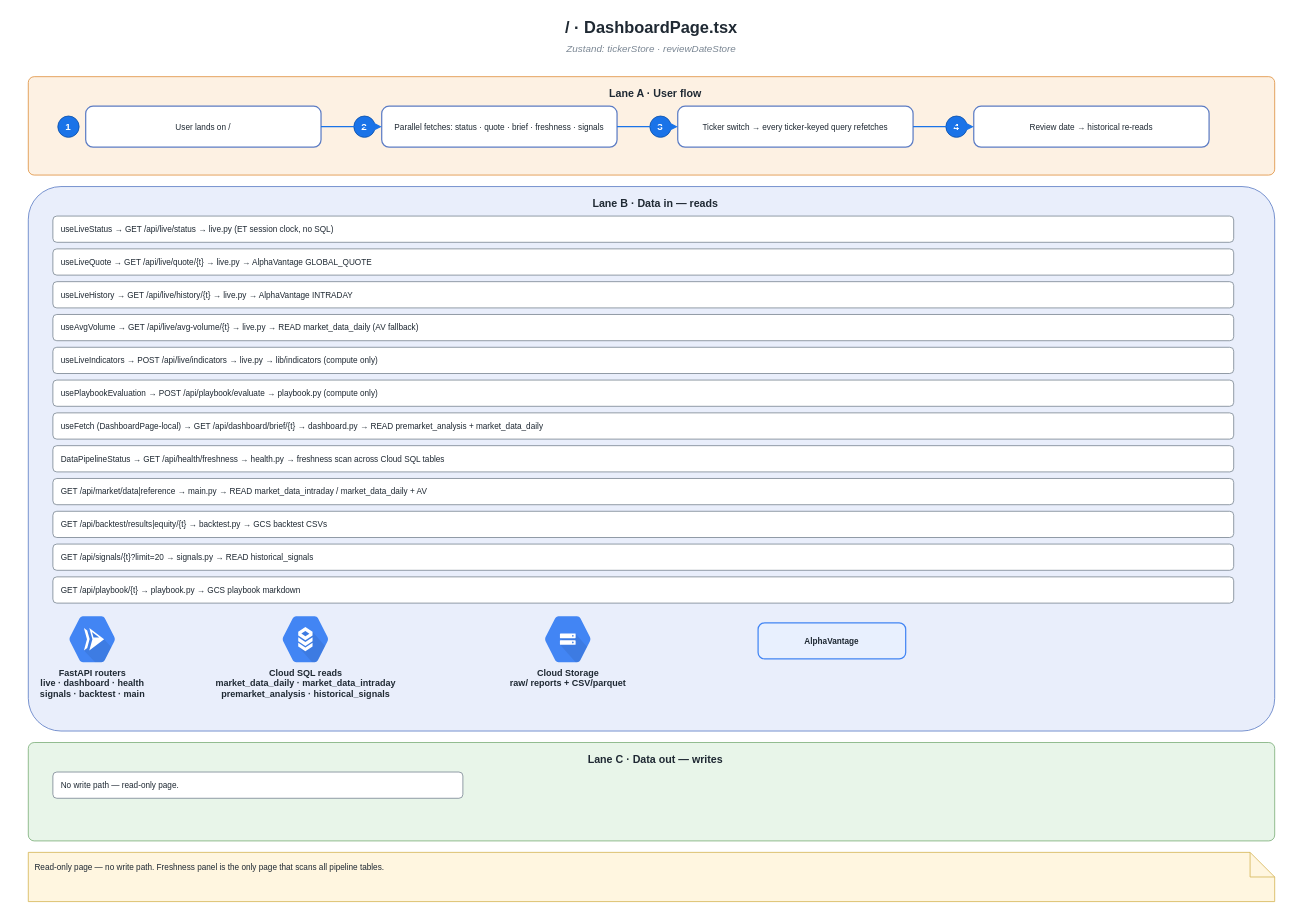
Before: page "3 · Dashboard" (4 of 15) of Frontend-icons.drawio in TeneikaAskew/solyra, a draw.io diagram. Source tidied: cells renumbered, new cells numbered last; positions are measured from the earlier drawing's top-left corner, leaving out a move shared by most shapes. Both pictures are drawn from the tidied source at 82%, with x=0, y=0 at pixel (28, 14).
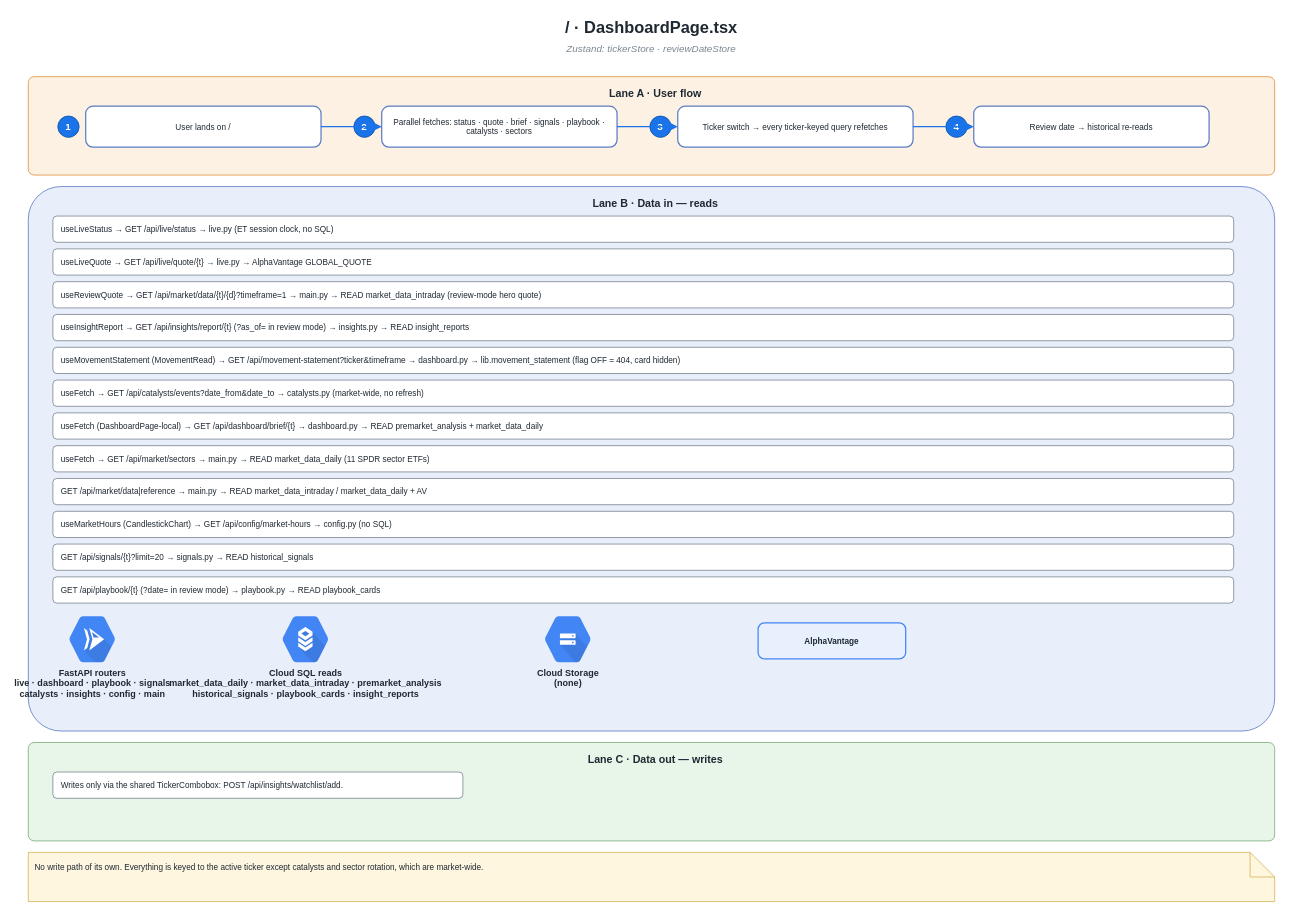
The same diagram, later.

Commit message (it also covers changes not shown here):
docs: correct route-level endpoints, write-path and count claims

What changed in the source:
```diff
@@
-    <mxCell id="8" value="Parallel fetches: status · quote · brief · freshness · signals" style="rounded=1;arcSize=18;whiteSpace=wrap;html=1;fillColor=#ffffff;strokeColor=#5c7cc4;strokeWidth=1.5;fontSize=10;fontColor=#1f2933;align=center;verticalAlign=middle;" parent="1" vertex="1">
+    <mxCell id="8" value="Parallel fetches: status · quote · brief · signals · playbook · catalysts · sectors" style="rounded=1;arcSize=18;whiteSpace=wrap;html=1;fillColor=#ffffff;strokeColor=#5c7cc4;strokeWidth=1.5;fontSize=10;fontColor=#1f2933;align=center;verticalAlign=middle;" parent="1" vertex="1">
       <mxGeometry x="431" y="112" width="287" height="50" as="geometry" />
     </mxCell>
@@
-    <mxCell id="19" value="useLiveHistory → GET /api/live/history/{t} → live.py → AlphaVantage INTRADAY" style="rounded=1;whiteSpace=wrap;html=1;fillColor=#ffffff;strokeColor=#7b8794;fontSize=10;align=left;verticalAlign=middle;spacingLeft=8;fontColor=#1f2933;" parent="1" vertex="1">
+    <mxCell id="19" value="useReviewQuote → GET /api/market/data/{t}/{d}?timeframe=1 → main.py → READ market_data_intraday (review-mode hero quote)" style="rounded=1;whiteSpace=wrap;html=1;fillColor=#ffffff;strokeColor=#7b8794;fontSize=10;align=left;verticalAlign=middle;spacingLeft=8;fontColor=#1f2933;" parent="1" vertex="1">
       <mxGeometry x="30" y="326" width="1440" height="32" as="geometry" />
     </mxCell>
-    <mxCell id="20" value="useAvgVolume → GET /api/live/avg-volume/{t} → live.py → READ market_data_daily (AV fallback)" style="rounded=1;whiteSpace=wrap;html=1;fillColor=#ffffff;strokeColor=#7b8794;fontSize=10;align=left;verticalAlign=middle;spacingLeft=8;fontColor=#1f2933;" parent="1" vertex="1">
+    <mxCell id="20" value="useInsightReport → GET /api/insights/report/{t} (?as_of= in review mode) → insights.py → READ insight_reports" style="rounded=1;whiteSpace=wrap;html=1;fillColor=#ffffff;strokeColor=#7b8794;fontSize=10;align=left;verticalAlign=middle;spacingLeft=8;fontColor=#1f2933;" parent="1" vertex="1">
       <mxGeometry x="30" y="366" width="1440" height="32" as="geometry" />
     </mxCell>
-    <mxCell id="21" value="useLiveIndicators → POST /api/live/indicators → live.py → lib/indicators (compute only)" style="rounded=1;whiteSpace=wrap;html=1;fillColor=#ffffff;strokeColor=#7b8794;fontSize=10;align=left;verticalAlign=middle;spacingLeft=8;fontColor=#1f2933;" parent="1" vertex="1">
+    <mxCell id="21" value="useMovementStatement (MovementRead) → GET /api/movement-statement?ticker&amp;timeframe → dashboard.py → lib.movement_statement (flag OFF = 404, card hidden)" style="rounded=1;whiteSpace=wrap;html=1;fillColor=#ffffff;strokeColor=#7b8794;fontSize=10;align=left;verticalAlign=middle;spacingLeft=8;fontColor=#1f2933;" parent="1" vertex="1">
       <mxGeometry x="30" y="406" width="1440" height="32" as="geometry" />
     </mxCell>
-    <mxCell id="22" value="usePlaybookEvaluation → POST /api/playbook/evaluate → playbook.py (compute only)" style="rounded=1;whiteSpace=wrap;html=1;fillColor=#ffffff;strokeColor=#7b8794;fontSize=10;align=left;verticalAlign=middle;spacingLeft=8;fontColor=#1f2933;" parent="1" vertex="1">
+    <mxCell id="22" value="useFetch → GET /api/catalysts/events?date_from&amp;date_to → catalysts.py (market-wide, no refresh)" style="rounded=1;whiteSpace=wrap;html=1;fillColor=#ffffff;strokeColor=#7b8794;fontSize=10;align=left;verticalAlign=middle;spacingLeft=8;fontColor=#1f2933;" parent="1" vertex="1">
       <mxGeometry x="30" y="446" width="1440" height="32" as="geometry" />
     </mxCell>
@@
-    <mxCell id="24" value="DataPipelineStatus → GET /api/health/freshness → health.py → freshness scan across Cloud SQL tables" style="rounded=1;whiteSpace=wrap;html=1;fillColor=#ffffff;strokeColor=#7b8794;fontSize=10;align=left;verticalAlign=middle;spacingLeft=8;fontColor=#1f2933;" parent="1" vertex="1">
+    <mxCell id="24" value="useFetch → GET /api/market/sectors → main.py → READ market_data_daily (11 SPDR sector ETFs)" style="rounded=1;whiteSpace=wrap;html=1;fillColor=#ffffff;strokeColor=#7b8794;fontSize=10;align=left;verticalAlign=middle;spacingLeft=8;fontColor=#1f2933;" parent="1" vertex="1">
       <mxGeometry x="30" y="526" width="1440" height="32" as="geometry" />
     </mxCell>
@@
-    <mxCell id="26" value="GET /api/backtest/results|equity/{t} → backtest.py → GCS backtest CSVs" style="rounded=1;whiteSpace=wrap;html=1;fillColor=#ffffff;strokeColor=#7b8794;fontSize=10;align=left;verticalAlign=middle;spacingLeft=8;fontColor=#1f2933;" parent="1" vertex="1">
+    <mxCell id="26" value="useMarketHours (CandlestickChart) → GET /api/config/market-hours → config.py (no SQL)" style="rounded=1;whiteSpace=wrap;html=1;fillColor=#ffffff;strokeColor=#7b8794;fontSize=10;align=left;verticalAlign=middle;spacingLeft=8;fontColor=#1f2933;" parent="1" vertex="1">
       <mxGeometry x="30" y="606" width="1440" height="32" as="geometry" />
     </mxCell>
@@
-    <mxCell id="28" value="GET /api/playbook/{t} → playbook.py → GCS playbook markdown" style="rounded=1;whiteSpace=wrap;html=1;fillColor=#ffffff;strokeColor=#7b8794;fontSize=10;align=left;verticalAlign=middle;spacingLeft=8;fontColor=#1f2933;" parent="1" vertex="1">
+    <mxCell id="28" value="GET /api/playbook/{t} (?date= in review mode) → playbook.py → READ playbook_cards" style="rounded=1;whiteSpace=wrap;html=1;fillColor=#ffffff;strokeColor=#7b8794;fontSize=10;align=left;verticalAlign=middle;spacingLeft=8;fontColor=#1f2933;" parent="1" vertex="1">
       <mxGeometry x="30" y="686" width="1440" height="32" as="geometry" />
     </mxCell>
-    <mxCell id="29" value="FastAPI routers&#10;live · dashboard · health&#10;signals · backtest · main" style="sketch=0;html=1;strokeColor=none;shadow=0;fillColor=#4285F4;verticalLabelPosition=bottom;verticalAlign=top;labelPosition=center;align=center;fontSize=11;fontStyle=1;fontColor=#1f2933;shape=mxgraph.gcp2.cloud_run;" parent="1" vertex="1">
+    <mxCell id="29" value="FastAPI routers&#10;live · dashboard · playbook · signals&#10;catalysts · insights · config · main" style="sketch=0;html=1;strokeColor=none;shadow=0;fillColor=#4285F4;verticalLabelPosition=bottom;verticalAlign=top;labelPosition=center;align=center;fontSize=11;fontStyle=1;fontColor=#1f2933;shape=mxgraph.gcp2.cloud_run;" parent="1" vertex="1">
       <mxGeometry x="50" y="734" width="56" height="56" as="geometry" />
     </mxCell>
-    <mxCell id="30" value="Cloud SQL reads&#10;market_data_daily · market_data_intraday&#10;premarket_analysis · historical_signals" style="sketch=0;html=1;strokeColor=none;shadow=0;fillColor=#4285F4;verticalLabelPosition=bottom;verticalAlign=top;labelPosition=center;align=center;fontSize=11;fontStyle=1;fontColor=#1f2933;shape=mxgraph.gcp2.cloud_sql;" parent="1" vertex="1">
+    <mxCell id="30" value="Cloud SQL reads&#10;market_data_daily · market_data_intraday · premarket_analysis&#10;historical_signals · playbook_cards · insight_reports" style="sketch=0;html=1;strokeColor=none;shadow=0;fillColor=#4285F4;verticalLabelPosition=bottom;verticalAlign=top;labelPosition=center;align=center;fontSize=11;fontStyle=1;fontColor=#1f2933;shape=mxgraph.gcp2.cloud_sql;" parent="1" vertex="1">
       <mxGeometry x="310" y="734" width="56" height="56" as="geometry" />
     </mxCell>
-    <mxCell id="31" value="Cloud Storage&#10;raw/ reports + CSV/parquet" style="sketch=0;html=1;strokeColor=none;shadow=0;fillColor=#4285F4;verticalLabelPosition=bottom;verticalAlign=top;labelPosition=center;align=center;fontSize=11;fontStyle=1;fontColor=#1f2933;shape=mxgraph.gcp2.cloud_storage;" parent="1" vertex="1">
+    <mxCell id="31" value="Cloud Storage&#10;(none)" style="sketch=0;html=1;strokeColor=none;shadow=0;fillColor=#4285F4;verticalLabelPosition=bottom;verticalAlign=top;labelPosition=center;align=center;fontSize=11;fontStyle=1;fontColor=#1f2933;shape=mxgraph.gcp2.cloud_storage;" parent="1" vertex="1">
       <mxGeometry x="630" y="734" width="56" height="56" as="geometry" />
     </mxCell>
@@
-    <mxCell id="34" value="No write path — read-only page." style="rounded=1;whiteSpace=wrap;html=1;fillColor=#ffffff;strokeColor=#7b8794;fontSize=10;align=left;verticalAlign=middle;spacingLeft=8;fontColor=#1f2933;" parent="1" vertex="1">
+    <mxCell id="34" value="Writes only via the shared TickerCombobox: POST /api/insights/watchlist/add." style="rounded=1;whiteSpace=wrap;html=1;fillColor=#ffffff;strokeColor=#7b8794;fontSize=10;align=left;verticalAlign=middle;spacingLeft=8;fontColor=#1f2933;" parent="1" vertex="1">
       <mxGeometry x="30" y="924" width="500" height="32" as="geometry" />
     </mxCell>
-    <mxCell id="35" value="Read-only page — no write path. Freshness panel is the only page that scans all pipeline tables." style="shape=note;whiteSpace=wrap;html=1;fillColor=#fff6e0;strokeColor=#d6b656;strokeWidth=1;fontSize=10;align=left;verticalAlign=top;spacing=8;fontColor=#1f2933;" parent="1" vertex="1">
+    <mxCell id="35" value="No write path of its own. Everything is keyed to the active ticker except catalysts and sector rotation, which are market-wide." style="shape=note;whiteSpace=wrap;html=1;fillColor=#fff6e0;strokeColor=#d6b656;strokeWidth=1;fontSize=10;align=left;verticalAlign=top;spacing=8;fontColor=#1f2933;" parent="1" vertex="1">
       <mxGeometry y="1022" width="1520" height="60" as="geometry" />
     </mxCell>
```
